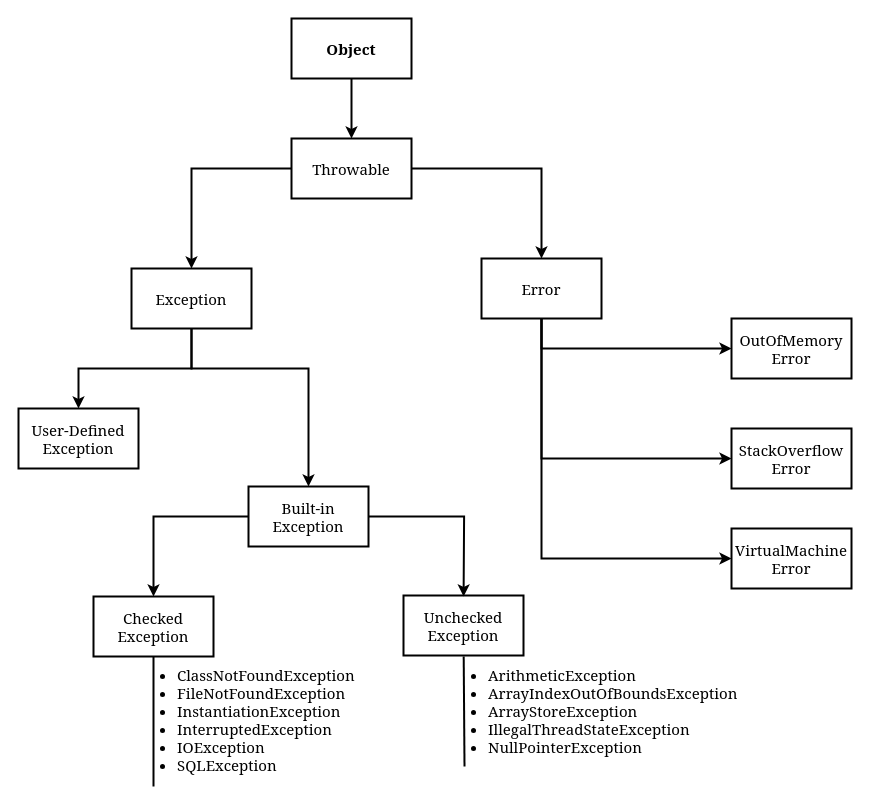
Above: 00-JAVA/01-CORE-JAVA/20-EXCEPTION-HANDLING/images/exception-hierarchy.drawio in hello-aaditya/java-world (draw.io), before the change. Source tidied: cells renumbered, new cells numbered last; positions are measured from the earlier drawing's top-left corner, leaving out a move shared by most shapes. Both pictures are drawn from the tidied source at 100%, with x=0, y=0 at pixel (18, 18).
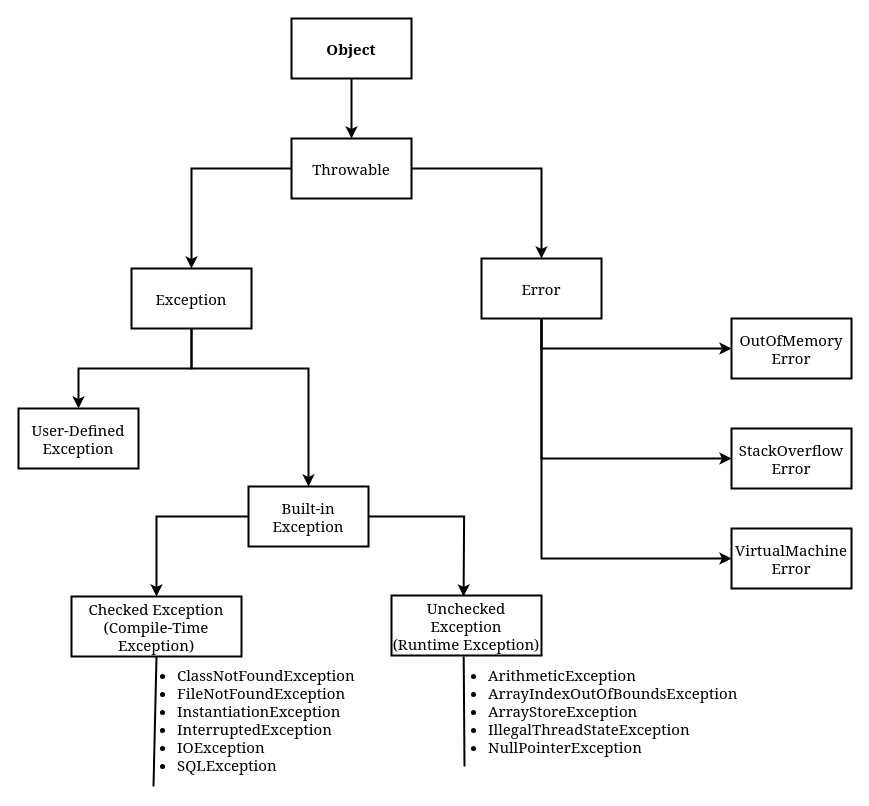
The same diagram, later.

Diff of the diagram source:
```diff
@@
-    <mxCell id="14" value="Checked&lt;div&gt;Exception&lt;/div&gt;" style="rounded=0;whiteSpace=wrap;html=1;fontFamily=Georgia;fontSize=15;strokeWidth=2;" parent="1" vertex="1">
-      <mxGeometry x="75" y="578" width="120" height="60" as="geometry" />
+    <mxCell id="14" value="Checked&amp;nbsp;&lt;span style=&quot;background-color: transparent; color: light-dark(rgb(0, 0, 0), rgb(255, 255, 255));&quot;&gt;Exception&lt;/span&gt;&lt;div&gt;&lt;span style=&quot;background-color: transparent; color: light-dark(rgb(0, 0, 0), rgb(255, 255, 255));&quot;&gt;(Compile-Time Exception)&lt;/span&gt;&lt;/div&gt;" style="rounded=0;whiteSpace=wrap;html=1;fontFamily=Georgia;fontSize=15;strokeWidth=2;" parent="1" vertex="1">
+      <mxGeometry x="53" y="578" width="170" height="60" as="geometry" />
     </mxCell>
-    <mxCell id="15" value="Unchecked Exception" style="rounded=0;whiteSpace=wrap;html=1;fontFamily=Georgia;fontSize=15;strokeWidth=2;" parent="1" vertex="1">
-      <mxGeometry x="385" y="577" width="120" height="60" as="geometry" />
+    <mxCell id="15" value="Unchecked Exception&lt;div&gt;(Runtime Exception)&lt;/div&gt;" style="rounded=0;whiteSpace=wrap;html=1;fontFamily=Georgia;fontSize=15;strokeWidth=2;" parent="1" vertex="1">
+      <mxGeometry x="373" y="577" width="150" height="60" as="geometry" />
     </mxCell>
```
